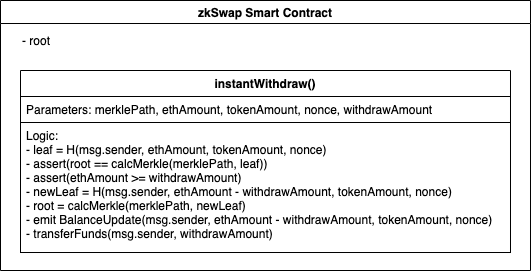
Earlier version of the draw.io export thesis/diagrams/instantWithdraw.png (petscheit/bachelor). Source tidied: cells renumbered, new cells last; positions are measured from the earlier drawing's top-left corner, leaving out a move shared by most shapes.
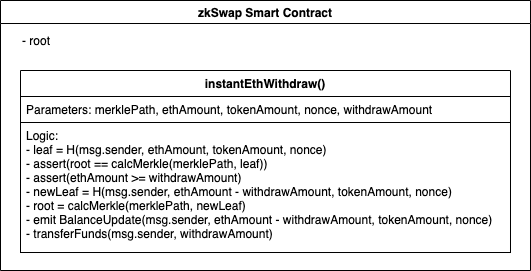
After the commit.

The edit, as a diff of the source:
```diff
@@ -8,7 +8,7 @@
     <mxCell id="3" value="- root" style="text;html=1;align=left;verticalAlign=middle;" parent="2" vertex="1">
       <mxGeometry x="20" y="30" width="40" height="20" as="geometry" />
     </mxCell>
-    <mxCell id="4" value="instantWithdraw()" style="swimlane;fontStyle=1;align=center;verticalAlign=top;horizontal=1;startSize=26;" parent="2" vertex="1">
+    <mxCell id="4" value="instantEthWithdraw()" style="swimlane;fontStyle=1;align=center;verticalAlign=top;horizontal=1;startSize=26;" parent="2" vertex="1">
       <mxGeometry x="20" y="70" width="490" height="182" as="geometry" />
     </mxCell>
     <mxCell id="5" value="Parameters: merklePath, ethAmount, tokenAmount, nonce, withdrawAmount" style="text;align=left;verticalAlign=top;spacingLeft=4;spacingRight=4;overflow=hidden;fillColor=#ffffff;strokeColor=#000000;" parent="4" vertex="1">
```
